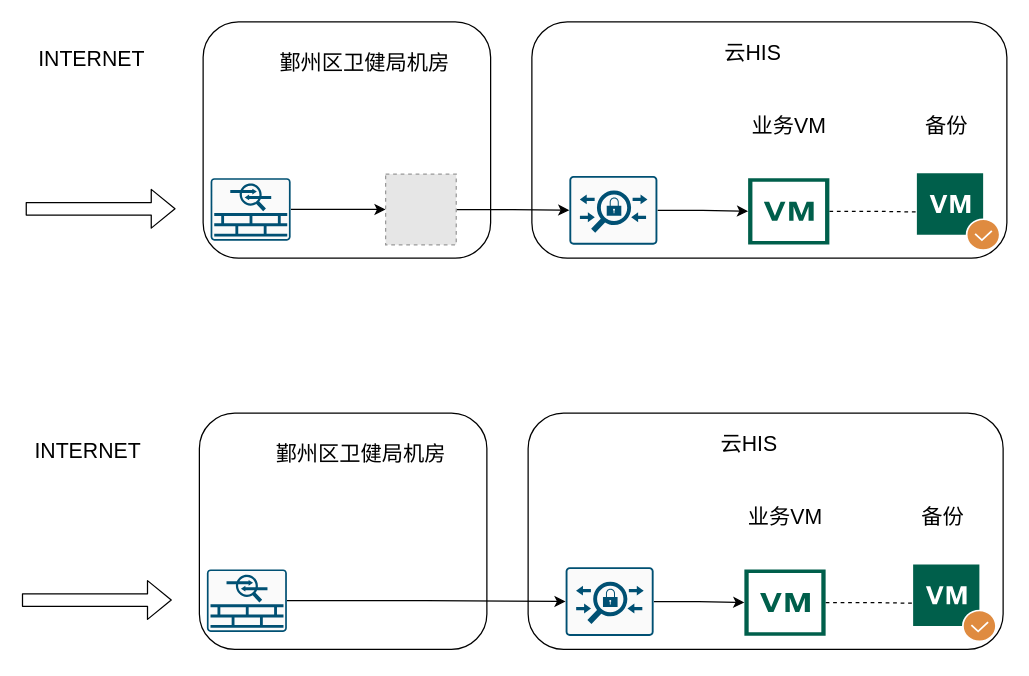
star49097989/diagrams.net keeps this draw.io diagram as 新增业务.drawio. Above is the earlier version. Source tidied: cells renumbered, new cells numbered last; positions are measured from the earlier drawing's top-left corner, leaving out a move shared by most shapes. Both pictures are drawn from the tidied source at 125%, with x=0, y=0 at pixel (21, 21). Pictures stored in the file or linked from it are replaced by grey dashed boxes.
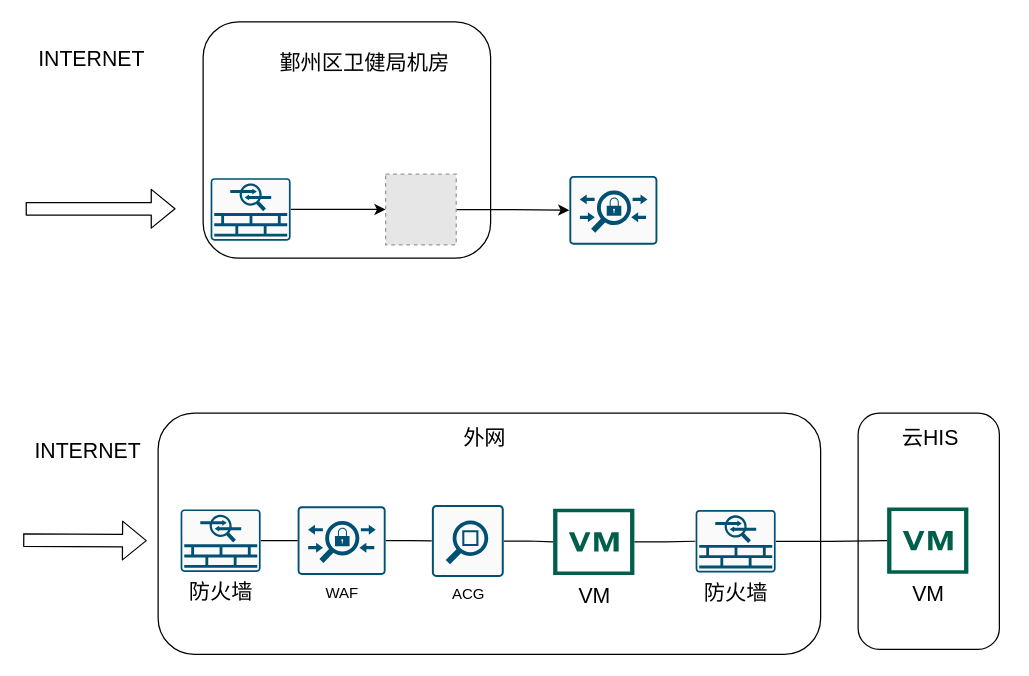
After the change.

The change refers to these unchanged cells:
```xml
<mxCell id="8" style="points=[[0.015,0.015,0],[0.985,0.015,0],[0.985,0.985,0],[0.015,0.985,0],[0.25,0,0],[0.5,0,0],[0.75,0,0],[1,0.25,0],[1,0.5,0],[1,0.75,0],[0.75,1,0],[0.5,1,0],[0.25,1,0],[0,0.75,0],[0,0.5,0],[0,0.25,0]];verticalLabelPosition=bottom;html=1;verticalAlign=top;align=center;shape=mxgraph.cisco19.rect;prIcon=acs;fillColor=#FAFAFA;strokeColor=#005073;" parent="1" vertex="1">
  <mxGeometry x="438" y="123.2" width="70.4" height="55" as="geometry" />
</mxCell>
```

What changed in the source:
```diff
@@
     <mxCell id="2" style="rounded=1;whiteSpace=wrap;html=1;fontSize=17;" parent="1" vertex="1">
-      <mxGeometry x="408" width="380" height="189" as="geometry" />
+      <mxGeometry x="669" y="313" width="113" height="189" as="geometry" />
     </mxCell>
@@
     <mxCell id="6" value="云HIS" style="text;html=1;strokeColor=none;fillColor=none;align=center;verticalAlign=middle;whiteSpace=wrap;rounded=0;fontSize=17;" parent="1" vertex="1">
-      <mxGeometry x="559" y="16" width="52" height="20" as="geometry" />
+      <mxGeometry x="700.5" y="324" width="52" height="20" as="geometry" />
     </mxCell>
-    <mxCell id="7" style="edgeStyle=orthogonalEdgeStyle;rounded=0;jettySize=auto;html=1;fontSize=17;" parent="1" edge="1" source="8" target="10">
-      <mxGeometry relative="1" as="geometry" />
-    </mxCell>
@@
-    <mxCell id="9" style="edgeStyle=orthogonalEdgeStyle;rounded=0;jettySize=auto;html=1;fontSize=17;dashed=1;endArrow=none;endFill=0;" parent="1" edge="1" source="10" target="11">
-      <mxGeometry relative="1" as="geometry" />
-    </mxCell>
-    <mxCell id="10" style="shadow=0;dashed=0;html=1;strokeColor=none;fillColor=#005F4B;labelPosition=center;verticalLabelPosition=bottom;verticalAlign=top;align=center;outlineConnect=0;shape=mxgraph.veeam2.vm_snapshot;fontSize=17;" parent="1" vertex="1">
-      <mxGeometry x="581" y="125" width="65" height="53" as="geometry" />
+    <mxCell id="10" value="VM" style="shadow=0;dashed=0;html=1;strokeColor=none;fillColor=#005F4B;labelPosition=center;verticalLabelPosition=bottom;verticalAlign=top;align=center;outlineConnect=0;shape=mxgraph.veeam2.vm_snapshot;fontSize=17;" parent="1" vertex="1">
+      <mxGeometry x="692.2" y="388.5" width="65" height="53" as="geometry" />
     </mxCell>
-    <mxCell id="11" style="shadow=0;dashed=0;html=1;strokeColor=none;fillColor=#005F4B;labelPosition=center;verticalLabelPosition=bottom;verticalAlign=top;align=center;outlineConnect=0;shape=mxgraph.veeam2.vm_checked;fontSize=17;" parent="1" vertex="1">
-      <mxGeometry x="716" y="121" width="67" height="62.2" as="geometry" />
-    </mxCell>
@@
-    <mxCell id="17" value="业务VM" style="text;html=1;strokeColor=none;fillColor=none;align=center;verticalAlign=middle;whiteSpace=wrap;rounded=0;fontSize=17;" parent="1" vertex="1">
-      <mxGeometry x="582.8" y="74" width="61.5" height="20" as="geometry" />
-    </mxCell>
-    <mxCell id="18" value="备份" style="text;html=1;strokeColor=none;fillColor=none;align=center;verticalAlign=middle;whiteSpace=wrap;rounded=0;fontSize=17;" parent="1" vertex="1">
-      <mxGeometry x="709" y="74" width="61.5" height="20" as="geometry" />
-    </mxCell>
     <mxCell id="19" style="rounded=1;whiteSpace=wrap;html=1;fontSize=17;" parent="1" vertex="1">
-      <mxGeometry x="405" y="313" width="380" height="189" as="geometry" />
+      <mxGeometry x="109" y="313" width="530" height="193" as="geometry" />
     </mxCell>
-    <mxCell id="20" style="rounded=1;whiteSpace=wrap;html=1;fontSize=17;" parent="1" vertex="1">
-      <mxGeometry x="142" y="313" width="230" height="189" as="geometry" />
-    </mxCell>
@@
-    <mxCell id="22" value="鄞州区卫健局机房" style="text;html=1;strokeColor=none;fillColor=none;align=center;verticalAlign=middle;whiteSpace=wrap;rounded=0;fontSize=17;" parent="1" vertex="1">
-      <mxGeometry x="196" y="337" width="151" height="20" as="geometry" />
+    <mxCell id="22" value="外网" style="text;html=1;strokeColor=none;fillColor=none;align=center;verticalAlign=middle;whiteSpace=wrap;rounded=0;fontSize=17;" parent="1" vertex="1">
+      <mxGeometry x="339" y="324" width="63.2" height="20" as="geometry" />
     </mxCell>
-    <mxCell id="23" value="云HIS" style="text;html=1;strokeColor=none;fillColor=none;align=center;verticalAlign=middle;whiteSpace=wrap;rounded=0;fontSize=17;" parent="1" vertex="1">
-      <mxGeometry x="556" y="329" width="52" height="20" as="geometry" />
-    </mxCell>
-    <mxCell id="24" style="edgeStyle=orthogonalEdgeStyle;rounded=0;jettySize=auto;html=1;fontSize=17;" parent="1" edge="1" source="25" target="27">
-      <mxGeometry relative="1" as="geometry" />
-    </mxCell>
+    <mxCell id="34" style="edgeStyle=orthogonalEdgeStyle;rounded=0;jettySize=auto;html=1;entryX=0;entryY=0.5;entryDx=0;entryDy=0;entryPerimeter=0;endArrow=none;endFill=0;" parent="1" edge="1" source="25" target="37">
+      <mxGeometry relative="1" as="geometry" />
+    </mxCell>
-    <mxCell id="25" style="points=[[0.015,0.015,0],[0.985,0.015,0],[0.985,0.985,0],[0.015,0.985,0],[0.25,0,0],[0.5,0,0],[0.75,0,0],[1,0.25,0],[1,0.5,0],[1,0.75,0],[0.75,1,0],[0.5,1,0],[0.25,1,0],[0,0.75,0],[0,0.5,0],[0,0.25,0]];verticalLabelPosition=bottom;html=1;verticalAlign=top;align=center;shape=mxgraph.cisco19.rect;prIcon=acs;fillColor=#FAFAFA;strokeColor=#005073;" parent="1" vertex="1">
-      <mxGeometry x="435" y="436.2" width="70.4" height="55" as="geometry" />
+    <mxCell id="25" value="WAF" style="points=[[0.015,0.015,0],[0.985,0.015,0],[0.985,0.985,0],[0.015,0.985,0],[0.25,0,0],[0.5,0,0],[0.75,0,0],[1,0.25,0],[1,0.5,0],[1,0.75,0],[0.75,1,0],[0.5,1,0],[0.25,1,0],[0,0.75,0],[0,0.5,0],[0,0.25,0]];verticalLabelPosition=bottom;html=1;verticalAlign=top;align=center;shape=mxgraph.cisco19.rect;prIcon=acs;fillColor=#FAFAFA;strokeColor=#005073;" parent="1" vertex="1">
+      <mxGeometry x="220.6" y="387.5" width="70.4" height="55" as="geometry" />
     </mxCell>
-    <mxCell id="26" style="edgeStyle=orthogonalEdgeStyle;rounded=0;jettySize=auto;html=1;fontSize=17;dashed=1;endArrow=none;endFill=0;" parent="1" edge="1" source="27" target="28">
-      <mxGeometry relative="1" as="geometry" />
-    </mxCell>
+    <mxCell id="35" style="edgeStyle=orthogonalEdgeStyle;rounded=0;jettySize=auto;html=1;entryX=0;entryY=0.5;entryDx=0;entryDy=0;entryPerimeter=0;endArrow=none;endFill=0;" parent="1" edge="1" source="27" target="39">
+      <mxGeometry relative="1" as="geometry" />
+    </mxCell>
-    <mxCell id="27" style="shadow=0;dashed=0;html=1;strokeColor=none;fillColor=#005F4B;labelPosition=center;verticalLabelPosition=bottom;verticalAlign=top;align=center;outlineConnect=0;shape=mxgraph.veeam2.vm_snapshot;fontSize=17;" parent="1" vertex="1">
-      <mxGeometry x="578" y="438" width="65" height="53" as="geometry" />
+    <mxCell id="27" value="VM" style="shadow=0;dashed=0;html=1;strokeColor=none;fillColor=#005F4B;labelPosition=center;verticalLabelPosition=bottom;verticalAlign=top;align=center;outlineConnect=0;shape=mxgraph.veeam2.vm_snapshot;fontSize=17;" parent="1" vertex="1">
+      <mxGeometry x="425" y="389.5" width="65" height="53" as="geometry" />
     </mxCell>
-    <mxCell id="28" style="shadow=0;dashed=0;html=1;strokeColor=none;fillColor=#005F4B;labelPosition=center;verticalLabelPosition=bottom;verticalAlign=top;align=center;outlineConnect=0;shape=mxgraph.veeam2.vm_checked;fontSize=17;" parent="1" vertex="1">
-      <mxGeometry x="713" y="434" width="67" height="62.2" as="geometry" />
-    </mxCell>
     <mxCell id="29" style="shape=flexArrow;endArrow=classic;html=1;fontSize=17;" parent="1" edge="1">
       <mxGeometry relative="1" as="geometry">
-        <mxPoint y="462.5" as="sourcePoint" />
-        <mxPoint x="120" y="462.5" as="targetPoint" />
+        <mxPoint x="1" y="414.5" as="sourcePoint" />
+        <mxPoint x="100" y="415" as="targetPoint" />
       </mxGeometry>
     </mxCell>
-    <mxCell id="30" style="edgeStyle=orthogonalEdgeStyle;rounded=0;jettySize=auto;html=1;entryX=0;entryY=0.5;entryDx=0;entryDy=0;fontSize=17;entryPerimeter=0;" parent="1" edge="1" source="31" target="25">
+    <mxCell id="30" style="edgeStyle=orthogonalEdgeStyle;rounded=0;jettySize=auto;html=1;entryX=0;entryY=0.5;entryDx=0;entryDy=0;fontSize=17;entryPerimeter=0;endArrow=none;endFill=0;" parent="1" edge="1" source="31" target="25">
       <mxGeometry relative="1" as="geometry" />
     </mxCell>
-    <mxCell id="31" style="points=[[0.015,0.015,0],[0.985,0.015,0],[0.985,0.985,0],[0.015,0.985,0],[0.25,0,0],[0.5,0,0],[0.75,0,0],[1,0.25,0],[1,0.5,0],[1,0.75,0],[0.75,1,0],[0.5,1,0],[0.25,1,0],[0,0.75,0],[0,0.5,0],[0,0.25,0]];verticalLabelPosition=bottom;html=1;verticalAlign=top;align=center;shape=mxgraph.cisco19.rect;prIcon=asa_5500;fillColor=#FAFAFA;strokeColor=#005073;fontSize=17;" parent="1" vertex="1">
-      <mxGeometry x="148" y="438" width="64" height="50" as="geometry" />
+    <mxCell id="31" value="防火墙" style="points=[[0.015,0.015,0],[0.985,0.015,0],[0.985,0.985,0],[0.015,0.985,0],[0.25,0,0],[0.5,0,0],[0.75,0,0],[1,0.25,0],[1,0.5,0],[1,0.75,0],[0.75,1,0],[0.5,1,0],[0.25,1,0],[0,0.75,0],[0,0.5,0],[0,0.25,0]];verticalLabelPosition=bottom;html=1;verticalAlign=top;align=center;shape=mxgraph.cisco19.rect;prIcon=asa_5500;fillColor=#FAFAFA;strokeColor=#005073;fontSize=17;" parent="1" vertex="1">
+      <mxGeometry x="127" y="390" width="64" height="50" as="geometry" />
     </mxCell>
-    <mxCell id="32" value="业务VM" style="text;html=1;strokeColor=none;fillColor=none;align=center;verticalAlign=middle;whiteSpace=wrap;rounded=0;fontSize=17;" parent="1" vertex="1">
-      <mxGeometry x="579.8" y="387" width="61.5" height="20" as="geometry" />
-    </mxCell>
-    <mxCell id="33" value="备份" style="text;html=1;strokeColor=none;fillColor=none;align=center;verticalAlign=middle;whiteSpace=wrap;rounded=0;fontSize=17;" parent="1" vertex="1">
-      <mxGeometry x="706" y="387" width="61.5" height="20" as="geometry" />
-    </mxCell>
+    <mxCell id="36" style="edgeStyle=orthogonalEdgeStyle;rounded=0;jettySize=auto;html=1;endArrow=none;endFill=0;" parent="1" edge="1" source="37" target="27">
+      <mxGeometry relative="1" as="geometry" />
+    </mxCell>
+    <mxCell id="37" value="ACG" style="points=[[0.015,0.015,0],[0.985,0.015,0],[0.985,0.985,0],[0.015,0.985,0],[0.25,0,0],[0.5,0,0],[0.75,0,0],[1,0.25,0],[1,0.5,0],[1,0.75,0],[0.75,1,0],[0.5,1,0],[0.25,1,0],[0,0.75,0],[0,0.5,0],[0,0.25,0]];verticalLabelPosition=bottom;html=1;verticalAlign=top;align=center;shape=mxgraph.cisco19.rect;prIcon=net_mgmt_appliance;fillColor=#FAFAFA;strokeColor=#005073;" parent="1" vertex="1">
+      <mxGeometry x="328" y="386.5" width="57.5" height="57.5" as="geometry" />
+    </mxCell>
+    <mxCell id="38" style="edgeStyle=orthogonalEdgeStyle;rounded=0;jettySize=auto;html=1;endArrow=none;endFill=0;" parent="1" edge="1" source="39" target="10">
+      <mxGeometry relative="1" as="geometry" />
+    </mxCell>
+    <mxCell id="39" value="防火墙" style="points=[[0.015,0.015,0],[0.985,0.015,0],[0.985,0.985,0],[0.015,0.985,0],[0.25,0,0],[0.5,0,0],[0.75,0,0],[1,0.25,0],[1,0.5,0],[1,0.75,0],[0.75,1,0],[0.5,1,0],[0.25,1,0],[0,0.75,0],[0,0.5,0],[0,0.25,0]];verticalLabelPosition=bottom;html=1;verticalAlign=top;align=center;shape=mxgraph.cisco19.rect;prIcon=asa_5500;fillColor=#FAFAFA;strokeColor=#005073;fontSize=17;" parent="1" vertex="1">
+      <mxGeometry x="539" y="390.5" width="64" height="50" as="geometry" />
+    </mxCell>
```
